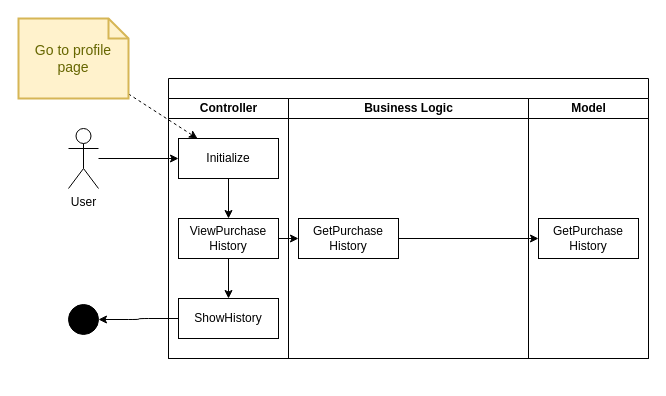
Earlier version of the draw.io diagram diagrams/ASD/ViewPurchaseHistory.drawio (JochemGrootherder/educom-webshop-runtime-records). Source tidied: cells renumbered, new cells numbered last; positions are measured from the earlier drawing's top-left corner, leaving out a move shared by most shapes. Both pictures are drawn from the tidied source at 100%, with x=0, y=0 at pixel (18, 18).
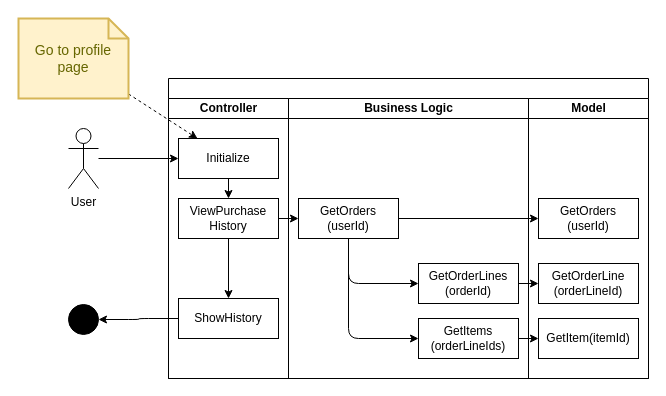
The same page after the edit.

What changed in the source:
```diff
@@
     <mxCell id="2" style="swimlane;startSize=20;html=1;" parent="1" vertex="1">
-      <mxGeometry x="150" y="60" width="480" height="280" as="geometry" />
+      <mxGeometry x="150" y="60" width="480" height="300" as="geometry" />
     </mxCell>
     <mxCell id="3" value="Controller" style="swimlane;startSize=20;html=1;" parent="2" vertex="1">
-      <mxGeometry y="20" width="120" height="260" as="geometry" />
+      <mxGeometry y="20" width="120" height="280" as="geometry" />
     </mxCell>
@@
     <mxCell id="7" value="ViewPurchase&lt;br&gt;History" style="rounded=0;whiteSpace=wrap;html=1;" parent="3" vertex="1">
-      <mxGeometry x="10" y="120" width="100" height="40" as="geometry" />
+      <mxGeometry x="10" y="100" width="100" height="40" as="geometry" />
     </mxCell>
@@
     <mxCell id="9" value="Business Logic" style="swimlane;startSize=20;html=1;" parent="2" vertex="1">
-      <mxGeometry x="120" y="20" width="240" height="260" as="geometry" />
+      <mxGeometry x="120" y="20" width="240" height="280" as="geometry" />
     </mxCell>
-    <mxCell id="10" value="GetPurchase&lt;br&gt;History" style="rounded=0;whiteSpace=wrap;html=1;" parent="9" vertex="1">
-      <mxGeometry x="10" y="120" width="100" height="40" as="geometry" />
-    </mxCell>
+    <mxCell id="21" style="edgeStyle=orthogonalEdgeStyle;html=1;" parent="9" edge="1" source="12" target="24">
+      <mxGeometry relative="1" as="geometry">
+        <Array as="points">
+          <mxPoint x="60" y="240" />
+        </Array>
+      </mxGeometry>
+    </mxCell>
+    <mxCell id="12" value="GetOrders&lt;br&gt;(userId)" style="rounded=0;whiteSpace=wrap;html=1;" parent="9" vertex="1">
+      <mxGeometry x="10" y="100" width="100" height="40" as="geometry" />
+    </mxCell>
+    <mxCell id="22" style="edgeStyle=orthogonalEdgeStyle;html=1;" parent="9" edge="1" source="12" target="23">
+      <mxGeometry relative="1" as="geometry">
+        <Array as="points">
+          <mxPoint x="60" y="185" />
+        </Array>
+      </mxGeometry>
+    </mxCell>
+    <mxCell id="23" value="GetOrderLines&lt;br&gt;(orderId)" style="rounded=0;whiteSpace=wrap;html=1;" parent="9" vertex="1">
+      <mxGeometry x="130" y="165" width="100" height="40" as="geometry" />
+    </mxCell>
+    <mxCell id="24" value="GetItems&lt;br&gt;(orderLineIds)" style="rounded=0;whiteSpace=wrap;html=1;" parent="9" vertex="1">
+      <mxGeometry x="130" y="220" width="100" height="40" as="geometry" />
+    </mxCell>
     <mxCell id="11" value="Model" style="swimlane;startSize=20;html=1;" parent="2" vertex="1">
-      <mxGeometry x="360" y="20" width="120" height="260" as="geometry" />
+      <mxGeometry x="360" y="20" width="120" height="280" as="geometry" />
     </mxCell>
-    <mxCell id="12" value="GetPurchase&lt;br&gt;History" style="rounded=0;whiteSpace=wrap;html=1;" parent="11" vertex="1">
-      <mxGeometry x="10" y="120" width="100" height="40" as="geometry" />
-    </mxCell>
+    <mxCell id="25" value="GetOrders&lt;br&gt;(userId)" style="rounded=0;whiteSpace=wrap;html=1;" parent="11" vertex="1">
+      <mxGeometry x="10" y="100" width="100" height="40" as="geometry" />
+    </mxCell>
+    <mxCell id="26" value="GetOrderLine&lt;br&gt;(orderLineId)" style="rounded=0;whiteSpace=wrap;html=1;" parent="11" vertex="1">
+      <mxGeometry x="10" y="165" width="100" height="40" as="geometry" />
+    </mxCell>
+    <mxCell id="27" value="GetItem(itemId)" style="rounded=0;whiteSpace=wrap;html=1;" parent="11" vertex="1">
+      <mxGeometry x="10" y="220" width="100" height="40" as="geometry" />
+    </mxCell>
-    <mxCell id="13" style="edgeStyle=none;html=1;" parent="2" edge="1" source="7" target="10">
+    <mxCell id="13" style="edgeStyle=none;html=1;" parent="2" edge="1" source="7" target="12">
       <mxGeometry relative="1" as="geometry" />
     </mxCell>
-    <mxCell id="14" style="edgeStyle=none;html=1;" parent="2" edge="1" source="10" target="12">
-      <mxGeometry relative="1" as="geometry" />
-    </mxCell>
+    <mxCell id="28" style="edgeStyle=none;html=1;" parent="2" edge="1" source="12" target="25">
+      <mxGeometry relative="1" as="geometry" />
+    </mxCell>
+    <mxCell id="29" style="edgeStyle=orthogonalEdgeStyle;html=1;" parent="2" edge="1" source="23" target="26">
+      <mxGeometry relative="1" as="geometry" />
+    </mxCell>
+    <mxCell id="30" style="edgeStyle=orthogonalEdgeStyle;html=1;" parent="2" edge="1" source="24" target="27">
+      <mxGeometry relative="1" as="geometry" />
+    </mxCell>
```
